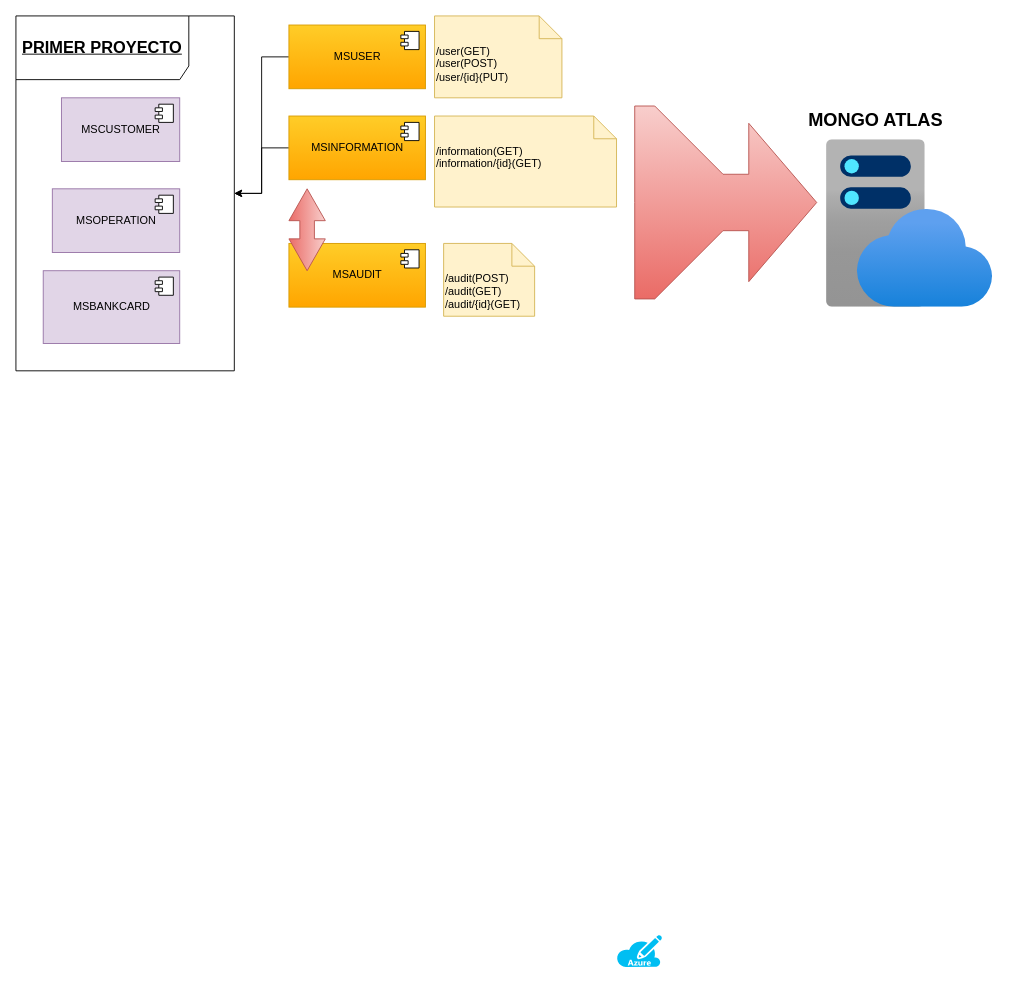
This is SolutionBank-v2.drawio from AppBancoQuarkus/designsolution, a draw.io file, before an edit. Source tidied: cells renumbered, new cells numbered last; positions are measured from the earlier drawing's top-left corner, leaving out a move shared by most shapes. Both pictures are drawn from the tidied source at 91%, with x=0, y=0 at pixel (15, 15).
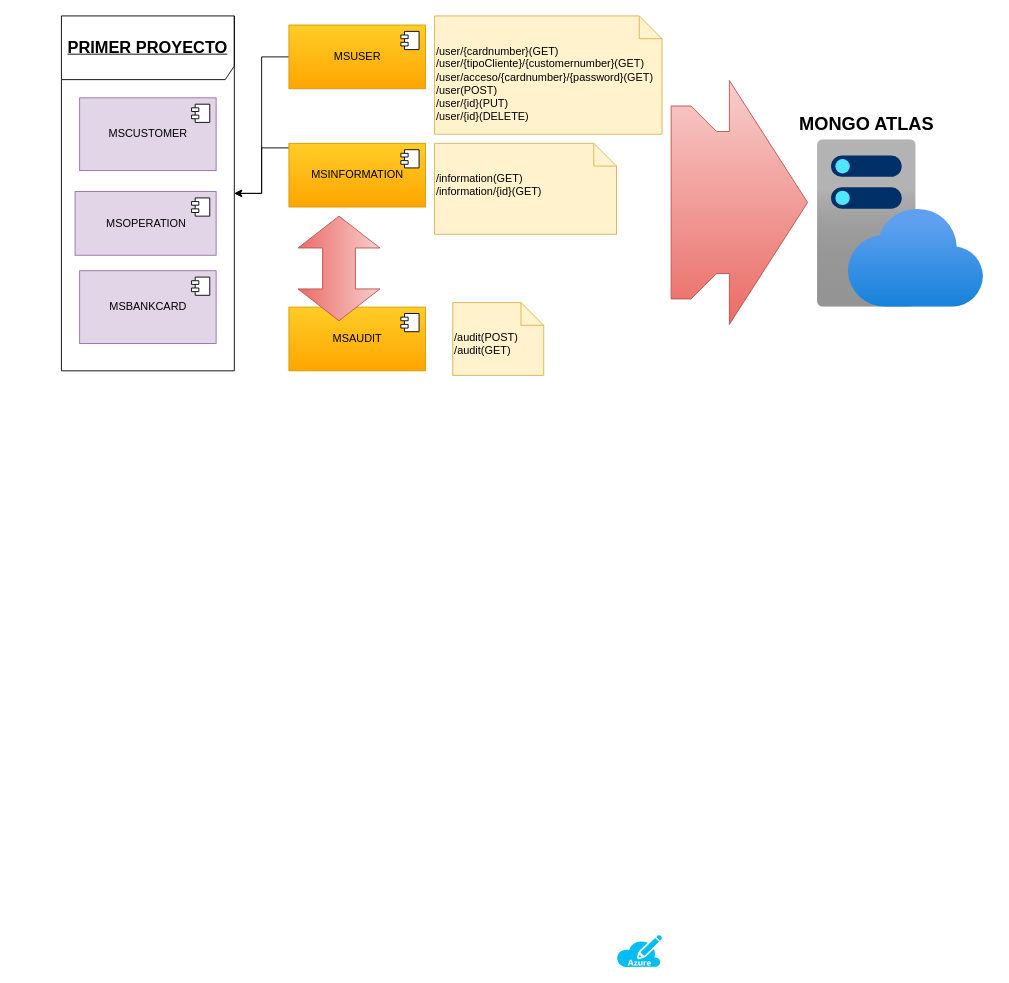
The same page after the edit.

Commit message (it also covers changes not shown here):
Mejorando la solution project v2

Change to the diagram source:
```diff
@@
     <mxCell id="3" value="MSCUSTOMER" style="html=1;fillColor=#e1d5e7;strokeColor=#9673a6;" parent="1" vertex="1">
-      <mxGeometry x="50" y="90" width="130" height="70" as="geometry" />
+      <mxGeometry x="70" y="90" width="150" height="80" as="geometry" />
     </mxCell>
@@
     <mxCell id="5" value="MSOPERATION" style="html=1;fillColor=#e1d5e7;strokeColor=#9673a6;" parent="1" vertex="1">
-      <mxGeometry x="40" y="190" width="140" height="70" as="geometry" />
+      <mxGeometry x="65" y="193" width="155" height="70" as="geometry" />
     </mxCell>
@@
-    <mxCell id="7" value="&lt;span style=&quot;background-color: initial;&quot;&gt;/user&lt;/span&gt;&lt;span style=&quot;background-color: initial; border-color: var(--border-color);&quot;&gt;(GET)&lt;br&gt;&lt;/span&gt;/user&lt;span style=&quot;border-color: var(--border-color); background-color: initial;&quot;&gt;(POST)&lt;br&gt;&lt;/span&gt;/user/{id}(PUT)&lt;br&gt;&lt;div style=&quot;border-color: var(--border-color);&quot;&gt;&lt;/div&gt;" style="shape=note2;boundedLbl=1;whiteSpace=wrap;html=1;size=25;verticalAlign=top;align=left;fillColor=#fff2cc;strokeColor=#d6b656;" parent="1" vertex="1">
-      <mxGeometry x="460" width="140" height="90" as="geometry" />
+    <mxCell id="7" value="/user/{cardnumber}&lt;span style=&quot;background-color: initial; border-color: var(--border-color);&quot;&gt;(GET)&lt;br&gt;/user/{tipoCliente}/{customernumber}(GET)&lt;br&gt;/user/acceso/{cardnumber}/{password}(GET)&lt;br&gt;&lt;/span&gt;/user&lt;span style=&quot;border-color: var(--border-color); background-color: initial;&quot;&gt;(POST)&lt;br&gt;&lt;/span&gt;/user/{id}(PUT)&lt;br&gt;/user/{id}(DELETE)&lt;br&gt;&lt;div style=&quot;border-color: var(--border-color);&quot;&gt;&lt;/div&gt;" style="shape=note2;boundedLbl=1;whiteSpace=wrap;html=1;size=25;verticalAlign=top;align=left;fillColor=#fff2cc;strokeColor=#d6b656;" parent="1" vertex="1">
+      <mxGeometry x="460" width="250" height="130" as="geometry" />
     </mxCell>
     <mxCell id="8" value="MSBANKCARD" style="html=1;fillColor=#e1d5e7;strokeColor=#9673a6;" parent="1" vertex="1">
-      <mxGeometry x="30" y="280" width="150" height="80" as="geometry" />
+      <mxGeometry x="70" y="280" width="150" height="80" as="geometry" />
     </mxCell>
@@
     <mxCell id="10" value="&lt;font style=&quot;font-size: 18px;&quot;&gt;&lt;b&gt;&lt;u&gt;PRIMER PROYECTO&lt;/u&gt;&lt;/b&gt;&lt;/font&gt;" style="shape=umlFrame;whiteSpace=wrap;html=1;width=190;height=70;fillColor=none;" parent="1" vertex="1">
-      <mxGeometry width="240" height="390" as="geometry" />
+      <mxGeometry x="50" width="190" height="390" as="geometry" />
     </mxCell>
@@
     <mxCell id="15" value="MSINFORMATION" style="html=1;fillColor=#ffcd28;strokeColor=#d79b00;gradientColor=#ffa500;" parent="1" vertex="1">
-      <mxGeometry x="300" y="110" width="150" height="70" as="geometry" />
+      <mxGeometry x="300" y="140" width="150" height="70" as="geometry" />
     </mxCell>
@@
     <mxCell id="17" value="MSAUDIT" style="html=1;fillColor=#ffcd28;strokeColor=#d79b00;gradientColor=#ffa500;" parent="1" vertex="1">
-      <mxGeometry x="300" y="250" width="150" height="70" as="geometry" />
+      <mxGeometry x="300" y="320" width="150" height="70" as="geometry" />
     </mxCell>
@@
-    <mxCell id="19" style="html=1;shadow=0;dashed=0;align=center;verticalAlign=middle;shape=mxgraph.arrows2.tailedArrow;dy1=31;dx1=74.67;notch=0;arrowHead=56;dx2=22;dy2=106;fontSize=18;direction=east;fillColor=#f8cecc;gradientColor=#ea6b66;strokeColor=#b85450;" parent="1" vertex="1">
-      <mxGeometry x="680" y="30" width="200" height="350" as="geometry" />
+    <mxCell id="19" style="html=1;shadow=0;dashed=0;align=center;verticalAlign=middle;shape=mxgraph.arrows2.tailedArrow;dy1=78;dx1=86;notch=0;arrowHead=56;dx2=22;dy2=106;fontSize=18;direction=east;fillColor=#f8cecc;gradientColor=#ea6b66;strokeColor=#b85450;" parent="1" vertex="1">
+      <mxGeometry x="720" y="30" width="150" height="350" as="geometry" />
     </mxCell>
     <mxCell id="20" style="html=1;align=center;image;fontSize=12;image=img/lib/azure2/app_services/App_Service_Plans.svg;" parent="1" vertex="1">
-      <mxGeometry x="890" y="136" width="184" height="184" as="geometry" />
+      <mxGeometry x="880" y="136" width="184" height="184" as="geometry" />
     </mxCell>
     <mxCell id="21" value="MONGO ATLAS" style="text;strokeColor=none;fillColor=none;spacingLeft=4;spacingRight=4;overflow=hidden;fontSize=20;arcSize=20;fontStyle=1;align=center;" parent="1" vertex="1">
-      <mxGeometry x="860" y="96" width="170" height="30" as="geometry" />
+      <mxGeometry x="850" y="100" width="170" height="30" as="geometry" />
     </mxCell>
     <mxCell id="22" value="/information&lt;span style=&quot;border-color: var(--border-color); background-color: initial;&quot;&gt;(GET)&lt;br&gt;/information/{id}&lt;span style=&quot;border-color: var(--border-color); background-color: initial;&quot;&gt;(GET)&lt;br style=&quot;border-color: var(--border-color);&quot;&gt;&lt;/span&gt;&lt;/span&gt;&lt;div style=&quot;border-color: var(--border-color);&quot;&gt;&lt;/div&gt;" style="shape=note2;boundedLbl=1;whiteSpace=wrap;html=1;size=25;verticalAlign=top;align=left;fillColor=#fff2cc;strokeColor=#d6b656;" parent="1" vertex="1">
-      <mxGeometry x="460" y="110" width="200" height="100" as="geometry" />
+      <mxGeometry x="460" y="140" width="200" height="100" as="geometry" />
     </mxCell>
-    <mxCell id="23" value="/audit(POST)&lt;br style=&quot;border-color: var(--border-color);&quot;&gt;&lt;div style=&quot;border-color: var(--border-color);&quot;&gt;/&lt;span style=&quot;border-color: var(--border-color); background-color: initial;&quot;&gt;audit(GET)&lt;/span&gt;&lt;/div&gt;&lt;div style=&quot;border-color: var(--border-color);&quot;&gt;/audit/{id}(GET)&lt;/div&gt;" style="shape=note2;boundedLbl=1;whiteSpace=wrap;html=1;size=25;verticalAlign=top;align=left;fillColor=#fff2cc;strokeColor=#d6b656;" parent="1" vertex="1">
-      <mxGeometry x="470" y="250" width="100" height="80" as="geometry" />
+    <mxCell id="23" value="/audit(POST)&lt;br style=&quot;border-color: var(--border-color);&quot;&gt;&lt;div style=&quot;border-color: var(--border-color);&quot;&gt;/&lt;span style=&quot;border-color: var(--border-color); background-color: initial;&quot;&gt;audit(GET)&lt;/span&gt;&lt;/div&gt;&lt;div style=&quot;border-color: var(--border-color);&quot;&gt;&lt;br&gt;&lt;/div&gt;&lt;div style=&quot;border-color: var(--border-color);&quot;&gt;&lt;br&gt;&lt;/div&gt;" style="shape=note2;boundedLbl=1;whiteSpace=wrap;html=1;size=25;verticalAlign=top;align=left;fillColor=#fff2cc;strokeColor=#d6b656;" parent="1" vertex="1">
+      <mxGeometry x="480" y="315" width="100" height="80" as="geometry" />
     </mxCell>
     <mxCell id="24" style="html=1;shadow=0;dashed=0;align=center;verticalAlign=middle;shape=mxgraph.arrows2.twoWayArrow;dy=0.6;dx=35;fontSize=20;direction=south;fillColor=#f8cecc;gradientColor=#ea6b66;strokeColor=#b85450;" parent="1" vertex="1">
-      <mxGeometry x="300" y="190" width="40" height="90" as="geometry" />
+      <mxGeometry x="310" y="220" width="90" height="115" as="geometry" />
     </mxCell>
```
